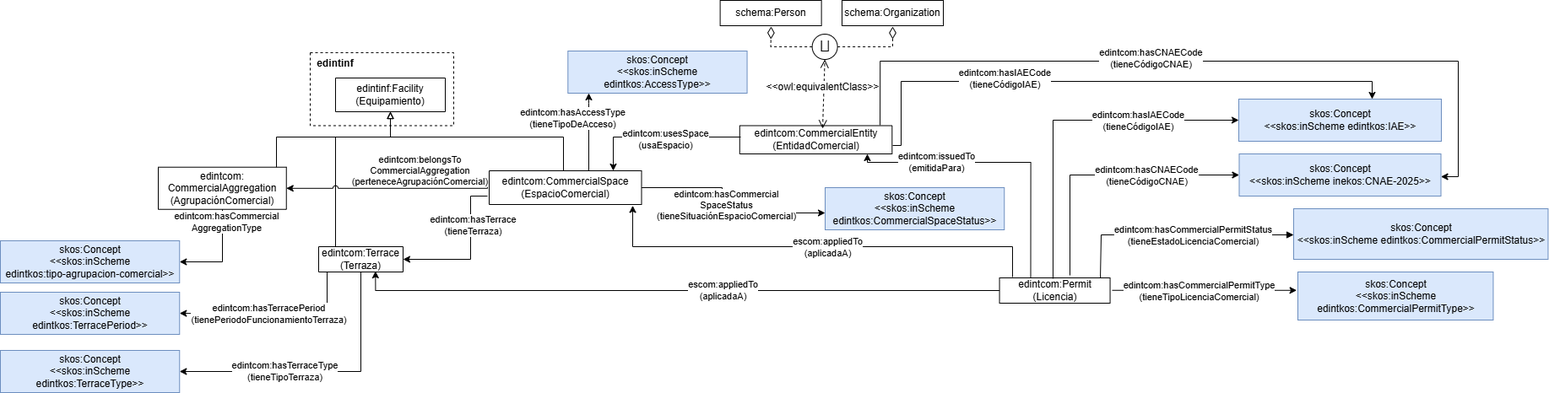
sbernardos/edint-ontologia-censo-locales keeps this draw.io diagram as diagrams/diagrama.png. Above is the earlier version. Source tidied: cells renumbered, new cells last; positions are measured from the earlier drawing's top-left corner, leaving out a move shared by most shapes.
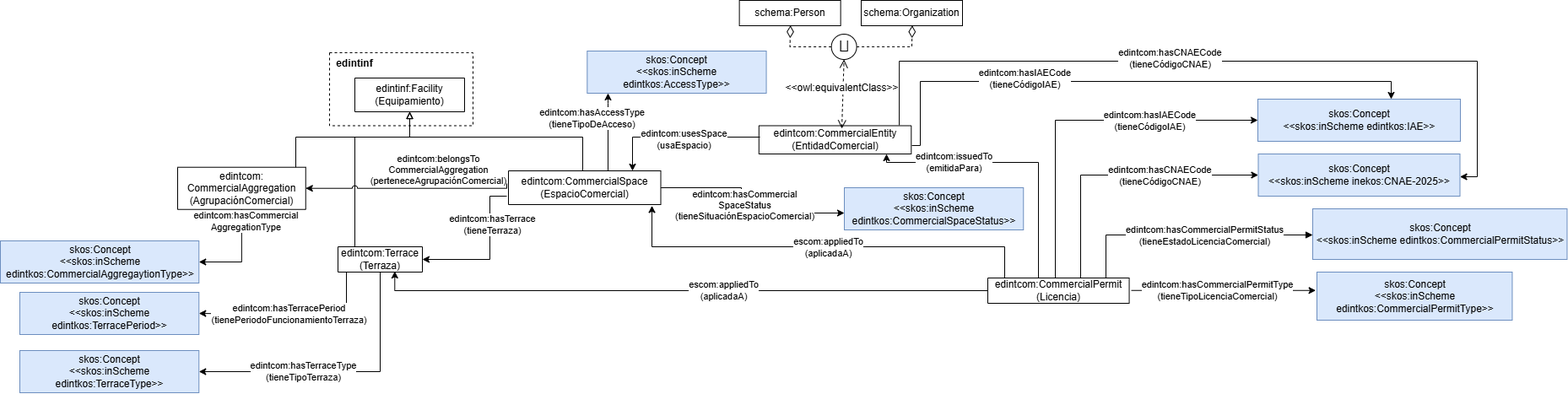
The same diagram one commit later.

Change to the diagram source:
```diff
@@ -2,8 +2,8 @@
   <root>
     <mxCell id="0" />
     <mxCell id="1" parent="0" />
-    <mxCell id="2" value="edintcom:Permit&lt;div&gt;(Licencia)&lt;/div&gt;" style="verticalAlign=middle;align=center;vsdxID=334;shape=(stored shape, 160 characters);labelBackgroundColor=none;rounded=0;html=1;whiteSpace=wrap;fillColor=none;strokeColor=#000000;" parent="1" vertex="1">
-      <mxGeometry x="1183.6" y="329" width="131" height="30" as="geometry" />
+    <mxCell id="2" value="edintcom:CommercialPermit&lt;div&gt;(Licencia)&lt;/div&gt;" style="verticalAlign=middle;align=center;vsdxID=334;shape=(stored shape, 160 characters);labelBackgroundColor=none;rounded=0;html=1;whiteSpace=wrap;fillColor=none;strokeColor=#000000;" parent="1" vertex="1">
+      <mxGeometry x="1147" y="329" width="167.6" height="30" as="geometry" />
     </mxCell>
     <mxCell id="3" value="edintcom:CommercialSpace&lt;div&gt;(EspacioComercial)&lt;/div&gt;" style="verticalAlign=middle;align=center;vsdxID=334;shape=(stored shape, 160 characters);labelBackgroundColor=none;rounded=0;html=1;whiteSpace=wrap;fillColor=none;strokeColor=#000000;" parent="1" vertex="1">
       <mxGeometry x="579" y="202" width="180.5" height="40" as="geometry" />
@@ -11,10 +11,10 @@
     <mxCell id="4" value="edintcom:CommercialEntity&lt;div&gt;(EntidadComercial)&lt;/div&gt;" style="verticalAlign=middle;align=center;vsdxID=334;shape=(stored shape, 160 characters);labelBackgroundColor=none;rounded=0;html=1;whiteSpace=wrap;fillColor=none;strokeColor=light-dark(#000000,#000000);" parent="1" vertex="1">
       <mxGeometry x="875.8" y="148.5" width="180.5" height="33.5" as="geometry" />
     </mxCell>
-    <mxCell id="5" style="edgeStyle=orthogonalEdgeStyle;rounded=0;jettySize=auto;html=1;exitX=0.282;exitY=-0.033;exitDx=0;exitDy=0;exitPerimeter=0;" parent="1" edge="1" source="2" target="4">
+    <mxCell id="5" style="edgeStyle=orthogonalEdgeStyle;rounded=0;jettySize=auto;html=1;" parent="1" edge="1" source="2" target="4">
       <mxGeometry relative="1" as="geometry">
         <Array as="points">
-          <mxPoint x="1221" y="192" />
+          <mxPoint x="1207" y="192" />
           <mxPoint x="1027" y="192" />
         </Array>
       </mxGeometry>
@@ -74,10 +74,10 @@
     <mxCell id="17" value="&lt;font color=&quot;#000000&quot;&gt;skos:Concept&lt;br&gt;&lt;/font&gt;&lt;div style=&quot;color: rgb(255, 51, 51);&quot;&gt;&lt;font color=&quot;#000000&quot;&gt;&amp;lt;&amp;lt;skos:inScheme e&lt;/font&gt;&lt;font color=&quot;#000000&quot; style=&quot;background-color: transparent;&quot;&gt;dintkos&lt;/font&gt;&lt;span style=&quot;color: rgb(0, 0, 0); background-color: transparent;&quot;&gt;:CommercialPermitStatus&lt;/span&gt;&lt;span style=&quot;color: rgb(0, 0, 0); background-color: transparent;&quot;&gt;&amp;gt;&amp;gt;&lt;/span&gt;&lt;/div&gt;" style="html=1;align=center;fillColor=#dae8fc;strokeColor=#6c8ebf;" parent="1" vertex="1">
       <mxGeometry x="1532" y="247" width="301.4" height="60" as="geometry" />
     </mxCell>
-    <mxCell id="18" style="html=1;verticalAlign=bottom;endArrow=block;edgeStyle=orthogonalEdgeStyle;rounded=0;curved=0;exitX=0.912;exitY=0;exitDx=0;exitDy=0;exitPerimeter=0;" parent="1" edge="1" source="2" target="17">
+    <mxCell id="18" style="html=1;verticalAlign=bottom;endArrow=block;edgeStyle=orthogonalEdgeStyle;rounded=0;curved=0;" parent="1" edge="1" source="2" target="17">
       <mxGeometry x="0.34" relative="1" as="geometry">
         <Array as="points">
-          <mxPoint x="1304" y="278" />
+          <mxPoint x="1287" y="278" />
         </Array>
         <mxPoint x="-1" as="offset" />
       </mxGeometry>
@@ -180,8 +180,8 @@
         <mxPoint x="27" as="offset" />
       </mxGeometry>
     </mxCell>
-    <mxCell id="36" value="&lt;font color=&quot;#000000&quot;&gt;skos:Concept&lt;br&gt;&lt;/font&gt;&lt;div&gt;&lt;font color=&quot;#000000&quot;&gt;&amp;lt;&amp;lt;skos:inScheme &lt;/font&gt;&lt;font color=&quot;#000000&quot;&gt;&lt;font color=&quot;#000000&quot;&gt;&lt;br&gt;&lt;/font&gt;&lt;/font&gt;&lt;/div&gt;&lt;div&gt;&lt;font color=&quot;#000000&quot;&gt;&lt;font color=&quot;#000000&quot;&gt;edintkos&lt;/font&gt;:tipo-agrupacion-comercial&amp;gt;&amp;gt;&lt;/font&gt;&lt;/div&gt;" style="html=1;fillColor=#dae8fc;strokeColor=#6c8ebf;" parent="1" vertex="1">
-      <mxGeometry y="285" width="212.2" height="50" as="geometry" />
+    <mxCell id="36" value="&lt;font color=&quot;#000000&quot;&gt;skos:Concept&lt;br&gt;&lt;/font&gt;&lt;div&gt;&lt;font color=&quot;#000000&quot;&gt;&amp;lt;&amp;lt;skos:inScheme &lt;/font&gt;&lt;font color=&quot;#000000&quot;&gt;&lt;font color=&quot;#000000&quot;&gt;&lt;br&gt;&lt;/font&gt;&lt;/font&gt;&lt;/div&gt;&lt;div&gt;&lt;font color=&quot;#000000&quot;&gt;&lt;font color=&quot;#000000&quot;&gt;edintkos&lt;/font&gt;:CommercialAggregaytionType&amp;gt;&amp;gt;&lt;/font&gt;&lt;/div&gt;" style="html=1;fillColor=#dae8fc;strokeColor=#6c8ebf;" parent="1" vertex="1">
+      <mxGeometry x="-23" y="285" width="235.2" height="50" as="geometry" />
     </mxCell>
     <mxCell id="37" style="endArrow=classic;html=1;rounded=0;entryX=1;entryY=0.5;entryDx=0;entryDy=0;edgeStyle=orthogonalEdgeStyle;" parent="1" edge="1" source="21" target="36">
       <mxGeometry relative="1" as="geometry" />
@@ -204,10 +204,10 @@
         <mxPoint x="46" y="1" as="offset" />
       </mxGeometry>
     </mxCell>
-    <mxCell id="42" style="endArrow=classic;html=1;rounded=0;edgeStyle=orthogonalEdgeStyle;exitX=0.484;exitY=0.033;exitDx=0;exitDy=0;exitPerimeter=0;" parent="1" edge="1" source="2" target="39">
+    <mxCell id="42" style="endArrow=classic;html=1;rounded=0;edgeStyle=orthogonalEdgeStyle;" parent="1" edge="1" source="2" target="39">
       <mxGeometry relative="1" as="geometry">
         <Array as="points">
-          <mxPoint x="1247" y="142" />
+          <mxPoint x="1227" y="142" />
         </Array>
       </mxGeometry>
     </mxCell>
@@ -231,10 +231,10 @@
         <mxPoint x="-88" y="-1" as="offset" />
       </mxGeometry>
     </mxCell>
-    <mxCell id="46" style="endArrow=classic;html=1;rounded=0;edgeStyle=orthogonalEdgeStyle;exitX=0.637;exitY=-0.1;exitDx=0;exitDy=0;exitPerimeter=0;" parent="1" edge="1" source="2" target="16">
+    <mxCell id="46" style="endArrow=classic;html=1;rounded=0;edgeStyle=orthogonalEdgeStyle;" parent="1" edge="1" source="2" target="16">
       <mxGeometry relative="1" as="geometry">
         <Array as="points">
-          <mxPoint x="1267" y="207" />
+          <mxPoint x="1257" y="207" />
         </Array>
       </mxGeometry>
     </mxCell>
@@ -268,10 +268,10 @@
         <mxPoint x="-7" y="-7" as="offset" />
       </mxGeometry>
     </mxCell>
-    <mxCell id="52" style="endArrow=classic;html=1;rounded=0;entryX=0.942;entryY=1.033;entryDx=0;entryDy=0;entryPerimeter=0;exitX=0.118;exitY=-0.033;exitDx=0;exitDy=0;exitPerimeter=0;edgeStyle=orthogonalEdgeStyle;" parent="1" edge="1" source="2" target="3">
+    <mxCell id="52" style="endArrow=classic;html=1;rounded=0;entryX=0.942;entryY=1.033;entryDx=0;entryDy=0;entryPerimeter=0;edgeStyle=orthogonalEdgeStyle;" parent="1" edge="1" source="2" target="3">
       <mxGeometry relative="1" as="geometry">
         <Array as="points">
-          <mxPoint x="1199" y="292" />
+          <mxPoint x="1167" y="292" />
           <mxPoint x="749" y="292" />
         </Array>
       </mxGeometry>
```
